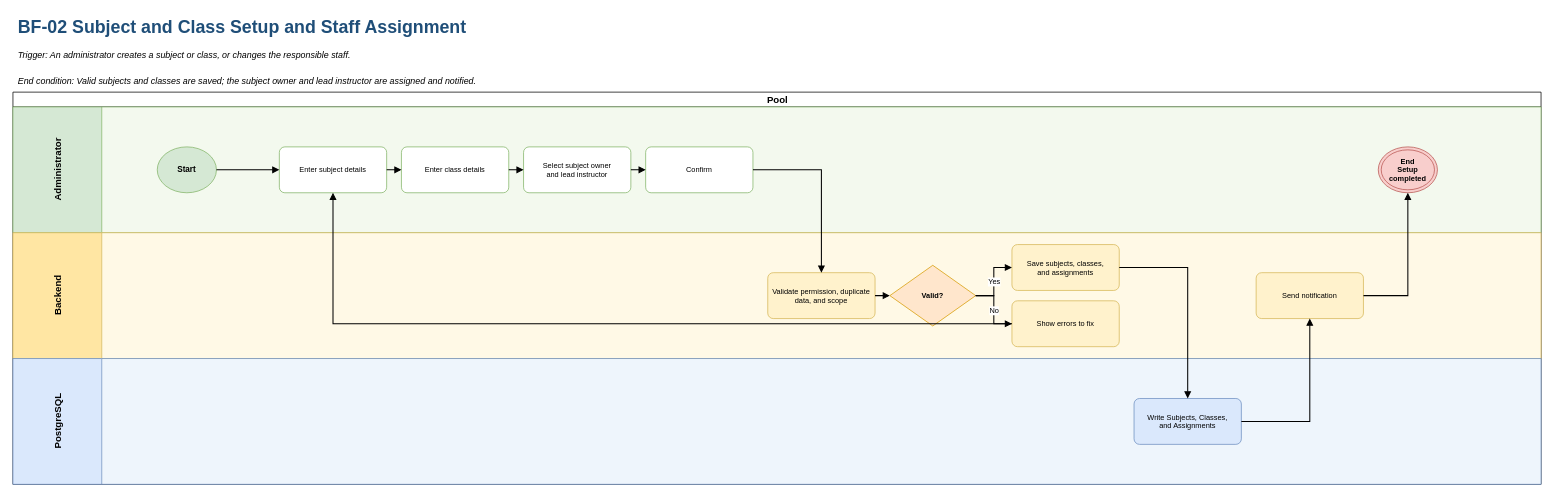
Above: page "BF-02 Subject and Class Setup and Staff Assignment" (2 of 9) of aidlc-docs/inception/main-business-flows/AI-Powered-Learning-Platform-Main-Business-Flows.drawio in hygef-v4/AI-Powered-Learning-Platform (draw.io), before the change. Source tidied: cells renumbered, new cells numbered last; positions are measured from the earlier drawing's top-left corner, leaving out a move shared by most shapes. Both pictures are drawn from the tidied source at 74%, with x=0, y=0 at pixel (13, 13).
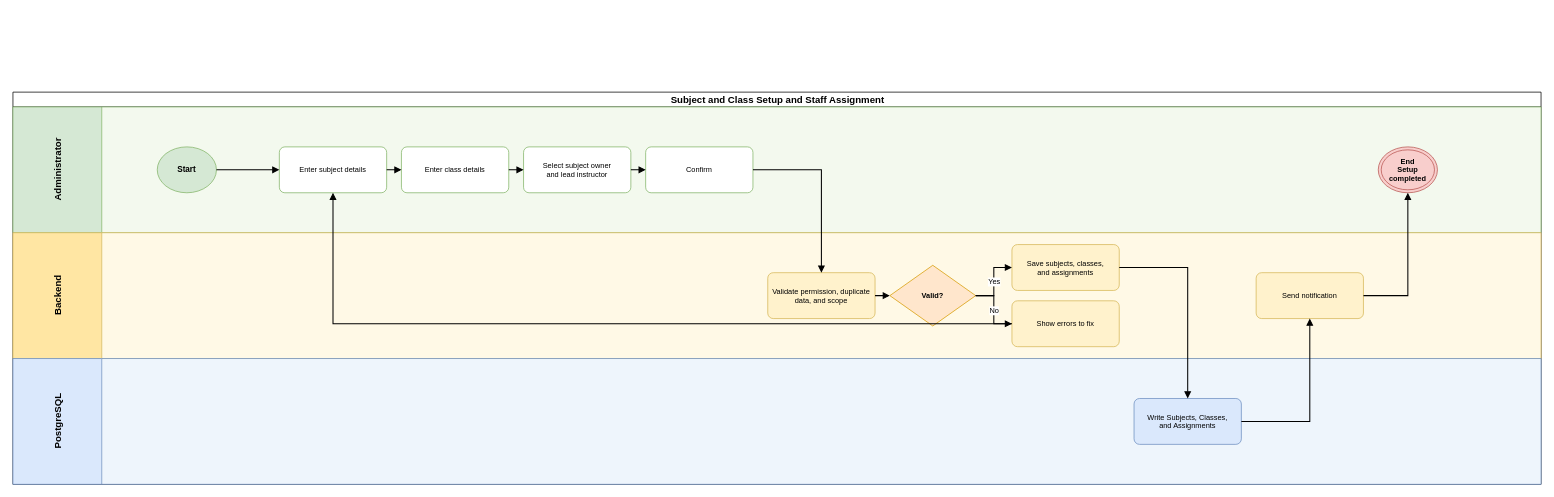
After the change.

The edit, as a diff of the source:
```diff
@@
-    <mxCell id="2" value="BF-02  Subject and Class Setup and Staff Assignment" style="text;html=1;align=left;verticalAlign=middle;fontSize=24;fontStyle=1;fontColor=#1F4E78;" parent="1" vertex="1">
-      <mxGeometry x="5" width="2055" height="38" as="geometry" />
-    </mxCell>
-    <mxCell id="3" value="Trigger: An administrator creates a subject or class, or changes the responsible staff." style="text;html=1;align=left;verticalAlign=middle;fontSize=12;fontStyle=2;" parent="1" vertex="1">
-      <mxGeometry x="5" y="44" width="2055" height="28" as="geometry" />
-    </mxCell>
-    <mxCell id="4" value="End condition: Valid subjects and classes are saved; the subject owner and lead instructor are assigned and notified." style="text;html=1;align=left;verticalAlign=middle;fontSize=12;fontStyle=2;" parent="1" vertex="1">
-      <mxGeometry x="5" y="76" width="2055" height="34" as="geometry" />
-    </mxCell>
-    <mxCell id="5" value="Pool" style="swimlane;horizontal=1;startSize=20;html=1;fontSize=13;fontStyle=1;align=center;verticalAlign=middle;" parent="1" vertex="1">
+    <mxCell id="5" value="Subject and Class Setup and Staff Assignment" style="swimlane;horizontal=1;startSize=20;html=1;fontSize=13;fontStyle=1;align=center;verticalAlign=middle;" parent="1" vertex="1">
       <mxGeometry y="107" width="2065" height="530" as="geometry" />
     </mxCell>
```
